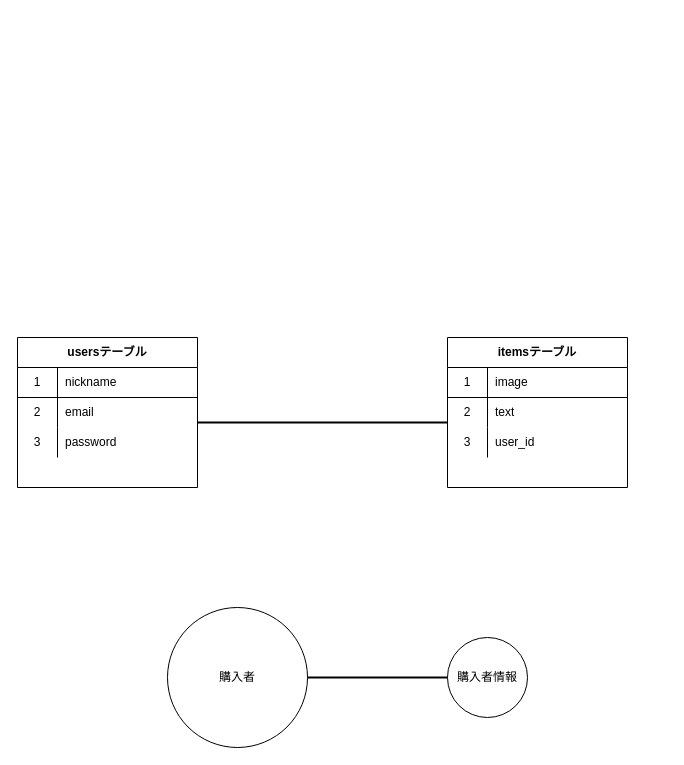
Earlier version of the draw.io diagram Untitled Diagram.drawio (TF1130/furima_28324). Source tidied: cells renumbered, new cells numbered last; positions are measured from the earlier drawing's top-left corner, leaving out a move shared by most shapes. Both pictures are drawn from the tidied source at 100%, with x=0, y=0 at pixel (17, 337).
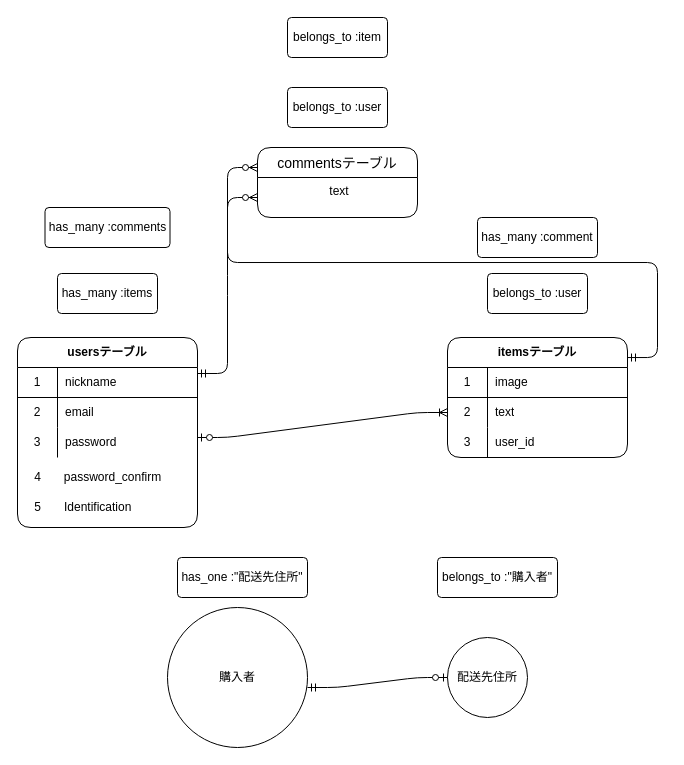
The same diagram, later.

Unchanged cells that the change refers to:
```xml
<mxCell id="6" style="shape=partialRectangle;html=1;whiteSpace=wrap;fillColor=none;top=0;left=0;bottom=0;right=0;" parent="2" vertex="1">
  <mxGeometry y="60" width="180" height="30" as="geometry" />
</mxCell>
<mxCell id="9" style="shape=partialRectangle;html=1;whiteSpace=wrap;fillColor=none;top=0;left=0;bottom=0;right=0;" parent="2" vertex="1">
  <mxGeometry y="90" width="180" height="30" as="geometry" />
</mxCell>
<mxCell id="16" style="shape=partialRectangle;html=1;whiteSpace=wrap;fillColor=none;top=0;left=0;bottom=0;right=0;points=[[0,0.5],[1,0.5]];portConstraint=eastwest;" parent="12" vertex="1">
  <mxGeometry y="60" width="180" height="30" as="geometry" />
</mxCell>
```

Diff of the diagram source:
```diff
@@
-    <mxCell id="2" value="usersテーブル" style="shape=table;html=1;whiteSpace=wrap;startSize=30;childLayout=tableLayout;rowLines=0;fontStyle=1;align=center;" parent="1" vertex="1">
-      <mxGeometry width="180" height="150" as="geometry" />
+    <mxCell id="2" value="usersテーブル" style="shape=table;html=1;whiteSpace=wrap;startSize=30;childLayout=tableLayout;rowLines=0;fontStyle=1;align=center;rounded=1;labelBackgroundColor=#ffffff;labelBorderColor=none;" parent="1" vertex="1">
+      <mxGeometry width="180" height="190" as="geometry" />
     </mxCell>
@@
-    <mxCell id="8" value="email" style="shape=partialRectangle;html=1;whiteSpace=wrap;fillColor=none;top=0;left=0;bottom=0;right=0;align=left;spacingLeft=6;overflow=hidden;" parent="6" vertex="1">
+    <mxCell id="8" value="email" style="shape=partialRectangle;html=1;whiteSpace=wrap;fillColor=none;top=0;left=0;bottom=0;right=0;align=left;spacingLeft=6;overflow=hidden;horizontal=1;verticalAlign=middle;strokeWidth=1;" parent="6" vertex="1">
       <mxGeometry x="40" width="140" height="30" as="geometry" />
     </mxCell>
@@
-    <mxCell id="11" value="password" style="shape=partialRectangle;html=1;whiteSpace=wrap;fillColor=none;top=0;left=0;bottom=0;right=0;align=left;spacingLeft=6;overflow=hidden;" parent="9" vertex="1">
+    <mxCell id="11" value="password" style="shape=partialRectangle;html=1;whiteSpace=wrap;top=0;left=0;bottom=0;right=0;align=left;spacingLeft=6;overflow=hidden;fillColor=none;fontStyle=0;" parent="9" vertex="1">
       <mxGeometry x="40" width="140" height="30" as="geometry" />
     </mxCell>
-    <mxCell id="12" value="itemsテーブル" style="shape=table;html=1;whiteSpace=wrap;startSize=30;childLayout=tableLayout;rowLines=0;fontStyle=1;align=center;" parent="1" vertex="1">
-      <mxGeometry x="430" width="180" height="150" as="geometry" />
+    <mxCell id="12" value="itemsテーブル" style="shape=table;html=1;whiteSpace=wrap;startSize=30;childLayout=tableLayout;rowLines=0;fontStyle=1;align=center;rounded=1;" parent="1" vertex="1">
+      <mxGeometry x="430" width="180" height="120" as="geometry" />
     </mxCell>
@@
-    <mxCell id="23" value="購入者情報" style="ellipse;whiteSpace=wrap;html=1;" parent="1" vertex="1">
+    <mxCell id="23" value="配送先住所" style="ellipse;whiteSpace=wrap;html=1;" parent="1" vertex="1">
       <mxGeometry x="430" y="300" width="80" height="80" as="geometry" />
     </mxCell>
-    <mxCell id="24" style="line;strokeWidth=2;html=1;gradientColor=#ffffff;" parent="1" vertex="1">
-      <mxGeometry x="180" y="80" width="250" height="10" as="geometry" />
-    </mxCell>
-    <mxCell id="25" style="line;strokeWidth=2;html=1;gradientColor=#ffffff;" parent="1" vertex="1">
-      <mxGeometry x="290" y="335" width="140" height="10" as="geometry" />
-    </mxCell>
+    <mxCell id="26" style="edgeStyle=entityRelationEdgeStyle;fontSize=12;html=1;endArrow=ERoneToMany;startArrow=ERzeroToOne;entryX=0;entryY=0.5;entryDx=0;entryDy=0;" parent="1" edge="1" target="16">
+      <mxGeometry relative="1" as="geometry">
+        <mxPoint x="180" y="100" as="sourcePoint" />
+      </mxGeometry>
+    </mxCell>
+    <mxCell id="27" style="edgeStyle=entityRelationEdgeStyle;fontSize=12;html=1;endArrow=ERzeroToOne;startArrow=ERmandOne;entryX=0;entryY=0.5;entryDx=0;entryDy=0;" parent="1" edge="1" target="23">
+      <mxGeometry relative="1" as="geometry">
+        <mxPoint x="290" y="350" as="sourcePoint" />
+      </mxGeometry>
+    </mxCell>
+    <mxCell id="28" value="has_one :&quot;配送先住所&quot;" style="rounded=1;arcSize=10;whiteSpace=wrap;html=1;align=center;gradientColor=#ffffff;" parent="1" vertex="1">
+      <mxGeometry x="160" y="220" width="130" height="40" as="geometry" />
+    </mxCell>
+    <mxCell id="29" value="belongs_to :&quot;購入者&quot;" style="rounded=1;arcSize=10;whiteSpace=wrap;html=1;align=center;gradientColor=#ffffff;" parent="1" vertex="1">
+      <mxGeometry x="420" y="220" width="120" height="40" as="geometry" />
+    </mxCell>
+    <mxCell id="30" value="has_many :items" style="rounded=1;arcSize=10;whiteSpace=wrap;html=1;align=center;labelBackgroundColor=#ffffff;strokeWidth=1;fillColor=none;gradientColor=#ffffff;" parent="1" vertex="1">
+      <mxGeometry x="40" y="-64" width="100" height="40" as="geometry" />
+    </mxCell>
+    <mxCell id="31" value="belongs_to :user" style="rounded=1;arcSize=10;whiteSpace=wrap;html=1;align=center;labelBackgroundColor=#ffffff;strokeWidth=1;fillColor=none;gradientColor=#ffffff;" parent="1" vertex="1">
+      <mxGeometry x="470" y="-64" width="100" height="40" as="geometry" />
+    </mxCell>
+    <mxCell id="32" value="password_confirm" style="text;html=1;align=center;verticalAlign=middle;" parent="1" vertex="1">
+      <mxGeometry x="40" y="130" width="110" height="20" as="geometry" />
+    </mxCell>
+    <mxCell id="33" value="Identification" style="text;html=1;align=left;verticalAlign=middle;" parent="1" vertex="1">
+      <mxGeometry x="45" y="160" width="80" height="20" as="geometry" />
+    </mxCell>
+    <mxCell id="34" value="4" style="text;html=1;align=center;verticalAlign=middle;" parent="1" vertex="1">
+      <mxGeometry x="10" y="130" width="20" height="20" as="geometry" />
+    </mxCell>
+    <mxCell id="35" value="5" style="text;html=1;align=center;verticalAlign=middle;" parent="1" vertex="1">
+      <mxGeometry x="10" y="160" width="20" height="20" as="geometry" />
+    </mxCell>
+    <mxCell id="36" value="commentsテーブル" style="swimlane;horizontal=1;startSize=30;rounded=1;fontSize=14;fontStyle=0;strokeWidth=1;shadow=0;dashed=0;align=center;labelBackgroundColor=#ffffff;fillColor=none;gradientColor=#ffffff;swimlaneLine=1;" parent="1" vertex="1">
+      <mxGeometry x="240" y="-190" width="160" height="70" as="geometry" />
+    </mxCell>
+    <mxCell id="37" value="text&#10;" style="align=center;strokeColor=none;fillColor=none;spacingLeft=4;fontSize=12;verticalAlign=top;" parent="36" vertex="1">
+      <mxGeometry y="30" width="160" height="40" as="geometry" />
+    </mxCell>
+    <mxCell id="38" style="edgeStyle=entityRelationEdgeStyle;fontSize=12;html=1;endArrow=ERzeroToMany;startArrow=ERmandOne;entryX=0;entryY=0.5;entryDx=0;entryDy=0;" parent="1" edge="1" target="37">
+      <mxGeometry relative="1" as="geometry">
+        <mxPoint x="180" y="36" as="sourcePoint" />
+      </mxGeometry>
+    </mxCell>
+    <mxCell id="39" style="edgeStyle=entityRelationEdgeStyle;fontSize=12;html=1;endArrow=ERzeroToMany;startArrow=ERmandOne;exitX=1;exitY=0.167;exitDx=0;exitDy=0;exitPerimeter=0;" parent="1" edge="1" source="12">
+      <mxGeometry relative="1" as="geometry">
+        <mxPoint x="240" y="-170" as="targetPoint" />
+      </mxGeometry>
+    </mxCell>
+    <mxCell id="40" value="has_many :comments" style="rounded=1;arcSize=10;whiteSpace=wrap;html=1;align=center;labelBackgroundColor=#ffffff;strokeWidth=1;fillColor=none;gradientColor=#ffffff;" parent="1" vertex="1">
+      <mxGeometry x="27.5" y="-130" width="125" height="40" as="geometry" />
+    </mxCell>
+    <mxCell id="41" value="has_many :comment" style="rounded=1;arcSize=10;whiteSpace=wrap;html=1;align=center;labelBackgroundColor=#ffffff;strokeWidth=1;fillColor=none;gradientColor=#ffffff;" parent="1" vertex="1">
+      <mxGeometry x="460" y="-120" width="120" height="40" as="geometry" />
+    </mxCell>
+    <mxCell id="42" value="belongs_to :user" style="rounded=1;arcSize=10;whiteSpace=wrap;html=1;align=center;labelBackgroundColor=#ffffff;strokeWidth=1;fillColor=none;gradientColor=#ffffff;" parent="1" vertex="1">
+      <mxGeometry x="270" y="-250" width="100" height="40" as="geometry" />
+    </mxCell>
+    <mxCell id="43" value="belongs_to :item" style="rounded=1;arcSize=10;whiteSpace=wrap;html=1;align=center;labelBackgroundColor=#ffffff;strokeWidth=1;fillColor=none;gradientColor=#ffffff;" parent="1" vertex="1">
+      <mxGeometry x="270" y="-320" width="100" height="40" as="geometry" />
+    </mxCell>
```
